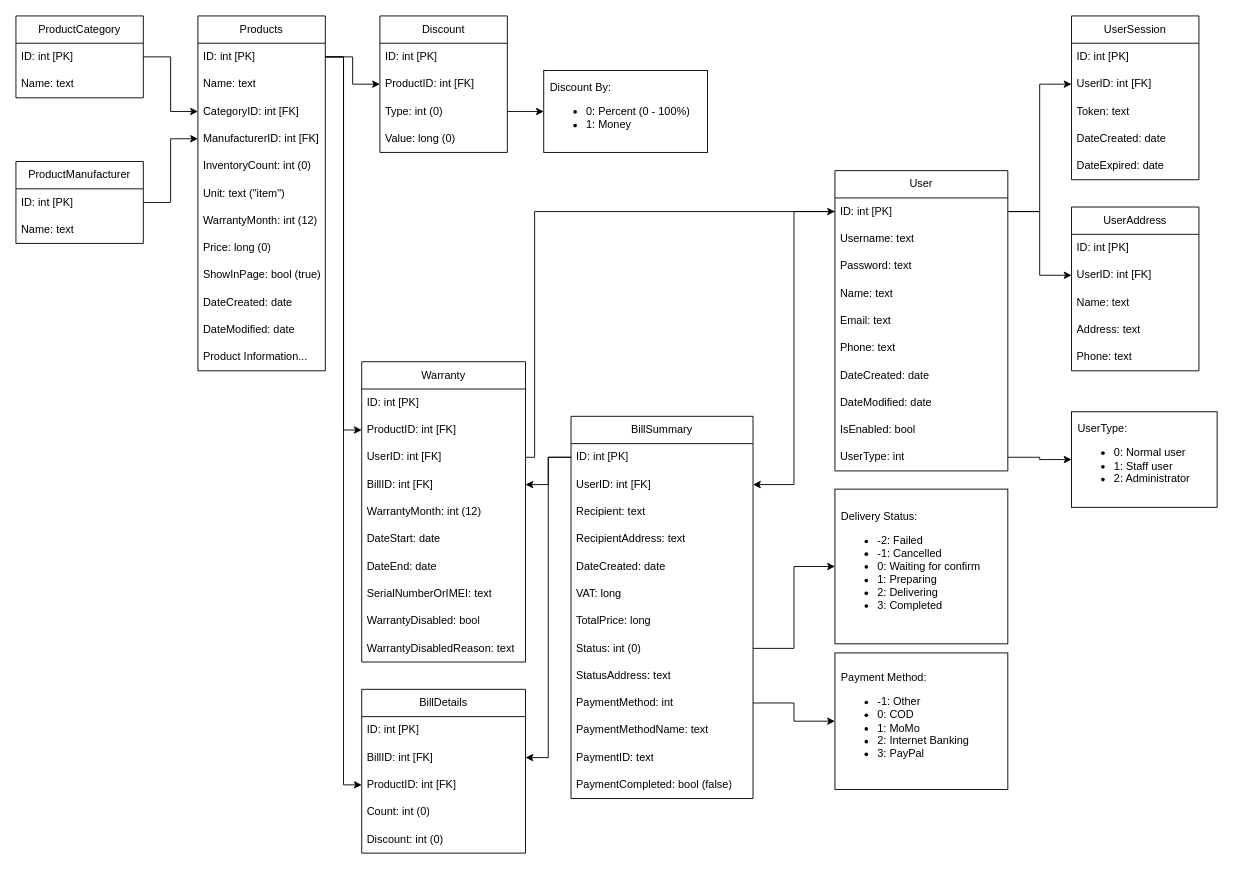
Above: docs/PhoneStoreManager.drawio in ZoeMeow1027/capstone-project (draw.io), before the change. Source tidied: cells renumbered, new cells numbered last; positions are measured from the earlier drawing's top-left corner, leaving out a move shared by most shapes. Both pictures are drawn from the tidied source at 91%, with x=0, y=0 at pixel (15, 15).
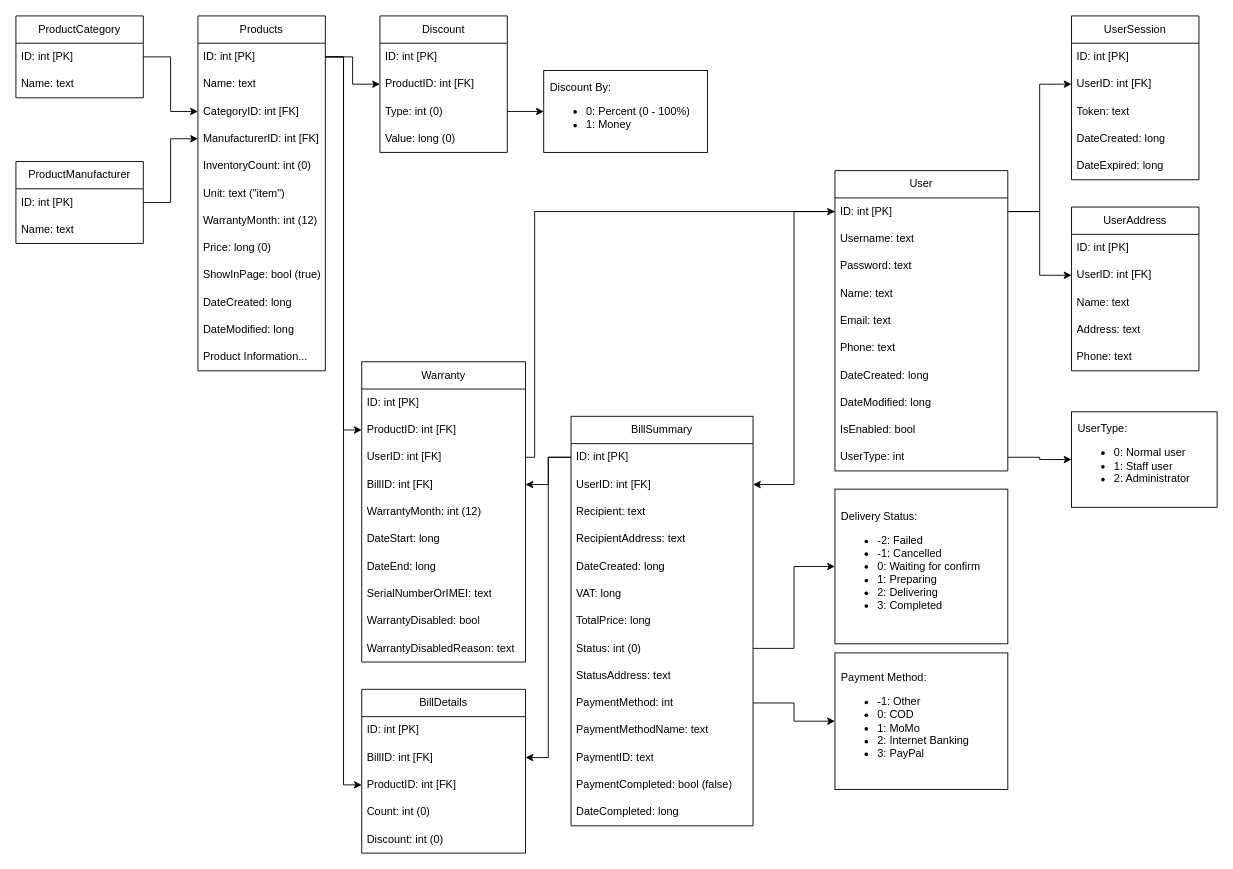
The same page after the edit.

The change refers to these unchanged cells:
```xml
<mxCell id="2" value="Products" style="swimlane;fontStyle=0;horizontal=1;startSize=30;whiteSpace=wrap;html=1;" parent="1" vertex="1">
  <mxGeometry x="200" width="140" height="390" as="geometry" />
</mxCell>
<mxCell id="18" value="User" style="swimlane;fontStyle=0;horizontal=1;startSize=30;whiteSpace=wrap;html=1;" parent="1" vertex="1">
  <mxGeometry x="900" y="170" width="190" height="330" as="geometry" />
</mxCell>
<mxCell id="78" value="UserSession" style="swimlane;fontStyle=0;horizontal=1;startSize=30;whiteSpace=wrap;html=1;" parent="1" vertex="1">
  <mxGeometry x="1160" width="140" height="180" as="geometry" />
</mxCell>
<mxCell id="85" value="Warranty" style="swimlane;fontStyle=0;horizontal=1;startSize=30;whiteSpace=wrap;html=1;" parent="1" vertex="1">
  <mxGeometry x="380" y="380" width="180" height="330" as="geometry" />
</mxCell>
```

The edit, as a diff of the source:
```diff
@@
-    <mxCell id="12" value="DateCreated: date" style="text;strokeColor=none;fillColor=none;align=left;verticalAlign=middle;spacingLeft=4;spacingRight=4;overflow=hidden;whiteSpace=wrap;html=1;" parent="2" vertex="1">
+    <mxCell id="12" value="DateCreated: long" style="text;strokeColor=none;fillColor=none;align=left;verticalAlign=middle;spacingLeft=4;spacingRight=4;overflow=hidden;whiteSpace=wrap;html=1;" parent="2" vertex="1">
       <mxGeometry y="300" width="140" height="30" as="geometry" />
     </mxCell>
-    <mxCell id="13" value="DateModified: date" style="text;strokeColor=none;fillColor=none;align=left;verticalAlign=middle;spacingLeft=4;spacingRight=4;overflow=hidden;whiteSpace=wrap;html=1;" parent="2" vertex="1">
+    <mxCell id="13" value="DateModified: long" style="text;strokeColor=none;fillColor=none;align=left;verticalAlign=middle;spacingLeft=4;spacingRight=4;overflow=hidden;whiteSpace=wrap;html=1;" parent="2" vertex="1">
       <mxGeometry y="330" width="140" height="30" as="geometry" />
     </mxCell>
@@
-    <mxCell id="25" value="DateCreated: date" style="text;strokeColor=none;fillColor=none;align=left;verticalAlign=middle;spacingLeft=4;spacingRight=4;overflow=hidden;whiteSpace=wrap;html=1;" parent="18" vertex="1">
+    <mxCell id="25" value="DateCreated: long" style="text;strokeColor=none;fillColor=none;align=left;verticalAlign=middle;spacingLeft=4;spacingRight=4;overflow=hidden;whiteSpace=wrap;html=1;" parent="18" vertex="1">
       <mxGeometry y="210" width="190" height="30" as="geometry" />
     </mxCell>
-    <mxCell id="26" value="DateModified: date" style="text;strokeColor=none;fillColor=none;align=left;verticalAlign=middle;spacingLeft=4;spacingRight=4;overflow=hidden;whiteSpace=wrap;html=1;" parent="18" vertex="1">
+    <mxCell id="26" value="DateModified: long" style="text;strokeColor=none;fillColor=none;align=left;verticalAlign=middle;spacingLeft=4;spacingRight=4;overflow=hidden;whiteSpace=wrap;html=1;" parent="18" vertex="1">
       <mxGeometry y="240" width="190" height="30" as="geometry" />
     </mxCell>
@@
     <mxCell id="36" value="BillSummary" style="swimlane;fontStyle=0;horizontal=1;startSize=30;whiteSpace=wrap;html=1;" parent="1" vertex="1">
-      <mxGeometry x="610" y="440" width="200" height="420" as="geometry" />
+      <mxGeometry x="610" y="440" width="200" height="450" as="geometry" />
     </mxCell>
@@
-    <mxCell id="41" value="DateCreated: date" style="text;strokeColor=none;fillColor=none;align=left;verticalAlign=middle;spacingLeft=4;spacingRight=4;overflow=hidden;whiteSpace=wrap;html=1;" parent="36" vertex="1">
+    <mxCell id="41" value="DateCreated: long" style="text;strokeColor=none;fillColor=none;align=left;verticalAlign=middle;spacingLeft=4;spacingRight=4;overflow=hidden;whiteSpace=wrap;html=1;" parent="36" vertex="1">
       <mxGeometry y="150" width="200" height="30" as="geometry" />
     </mxCell>
@@
+    <mxCell id="99" value="DateCompleted: long" style="text;strokeColor=none;fillColor=none;align=left;verticalAlign=middle;spacingLeft=4;spacingRight=4;overflow=hidden;whiteSpace=wrap;html=1;" parent="36" vertex="1">
+      <mxGeometry y="420" width="200" height="30" as="geometry" />
+    </mxCell>
@@
-    <mxCell id="82" value="DateCreated: date" style="text;strokeColor=none;fillColor=none;align=left;verticalAlign=middle;spacingLeft=4;spacingRight=4;overflow=hidden;whiteSpace=wrap;html=1;" parent="78" vertex="1">
+    <mxCell id="82" value="DateCreated: long" style="text;strokeColor=none;fillColor=none;align=left;verticalAlign=middle;spacingLeft=4;spacingRight=4;overflow=hidden;whiteSpace=wrap;html=1;" parent="78" vertex="1">
       <mxGeometry y="120" width="140" height="30" as="geometry" />
     </mxCell>
-    <mxCell id="83" value="DateExpired: date" style="text;strokeColor=none;fillColor=none;align=left;verticalAlign=middle;spacingLeft=4;spacingRight=4;overflow=hidden;whiteSpace=wrap;html=1;" parent="78" vertex="1">
+    <mxCell id="83" value="DateExpired: long" style="text;strokeColor=none;fillColor=none;align=left;verticalAlign=middle;spacingLeft=4;spacingRight=4;overflow=hidden;whiteSpace=wrap;html=1;" parent="78" vertex="1">
       <mxGeometry y="150" width="140" height="30" as="geometry" />
     </mxCell>
@@
-    <mxCell id="91" value="DateStart: date" style="text;strokeColor=none;fillColor=none;align=left;verticalAlign=middle;spacingLeft=4;spacingRight=4;overflow=hidden;whiteSpace=wrap;html=1;" parent="85" vertex="1">
+    <mxCell id="91" value="DateStart: long" style="text;strokeColor=none;fillColor=none;align=left;verticalAlign=middle;spacingLeft=4;spacingRight=4;overflow=hidden;whiteSpace=wrap;html=1;" parent="85" vertex="1">
       <mxGeometry y="180" width="180" height="30" as="geometry" />
     </mxCell>
-    <mxCell id="92" value="DateEnd: date" style="text;strokeColor=none;fillColor=none;align=left;verticalAlign=middle;spacingLeft=4;spacingRight=4;overflow=hidden;whiteSpace=wrap;html=1;" parent="85" vertex="1">
+    <mxCell id="92" value="DateEnd: long" style="text;strokeColor=none;fillColor=none;align=left;verticalAlign=middle;spacingLeft=4;spacingRight=4;overflow=hidden;whiteSpace=wrap;html=1;" parent="85" vertex="1">
       <mxGeometry y="210" width="180" height="30" as="geometry" />
     </mxCell>
```
